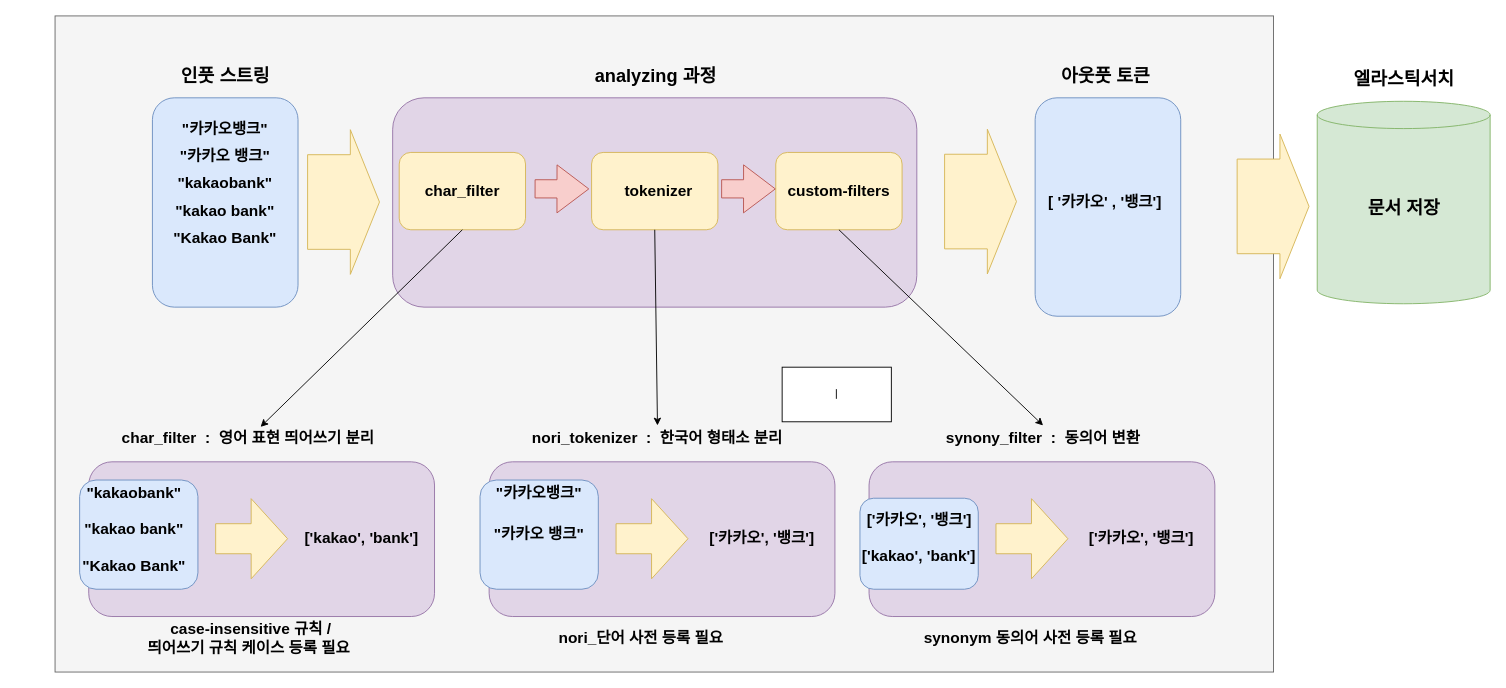
dkGithup2022/module_and_design keeps this draw.io diagram as page "index analyzing 복잡" (23 of 31) of 제목 없는 다이어그램.drawio. Above is the earlier version. Source tidied: cells renumbered, new cells numbered last; positions are measured from the earlier drawing's top-left corner, leaving out a move shared by most shapes. Both pictures are drawn from the tidied source at 91%, with x=0, y=0 at pixel (15, 15).
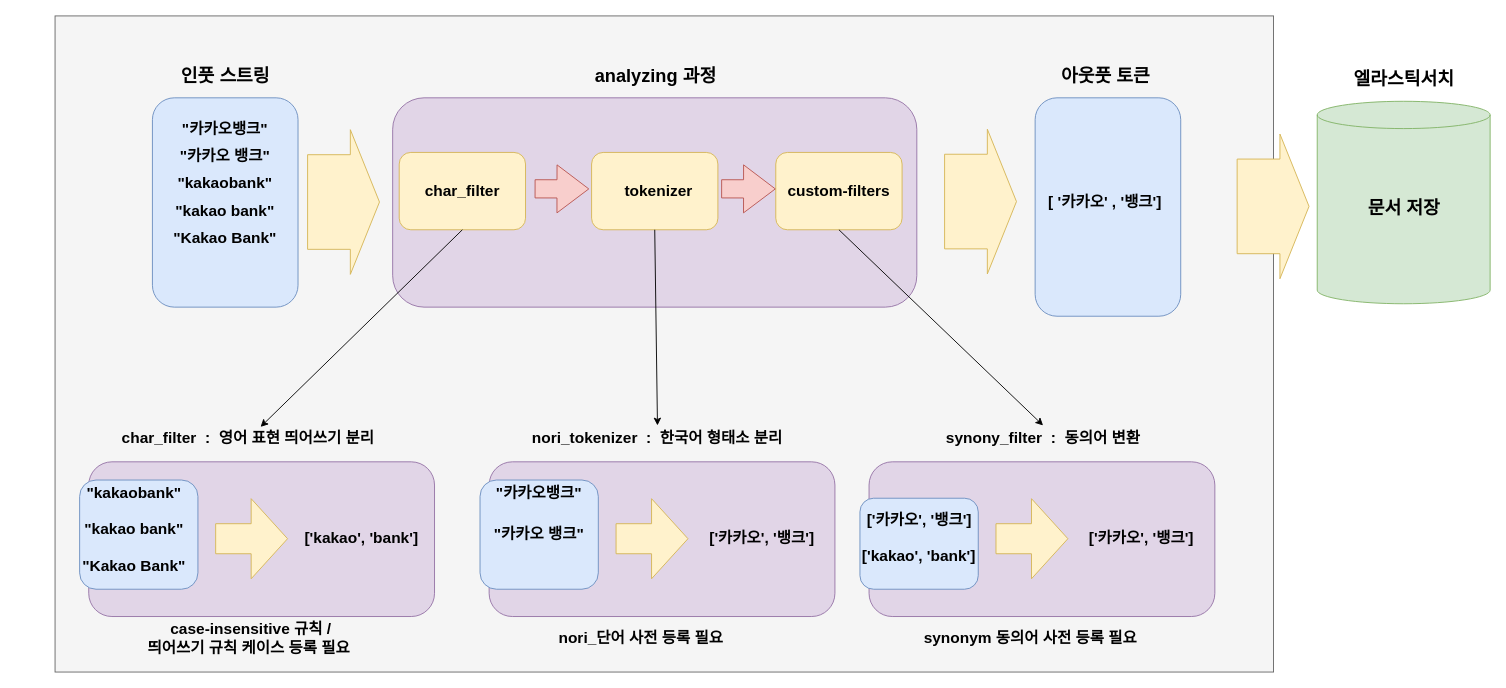
Above is the later version.

Diff of the diagram source:
```diff
@@
-    <mxCell id="57" value="ㅣ" style="whiteSpace=wrap;html=1;" parent="1" vertex="1">
-      <mxGeometry x="842" y="386" width="120" height="60" as="geometry" />
-    </mxCell>
```
